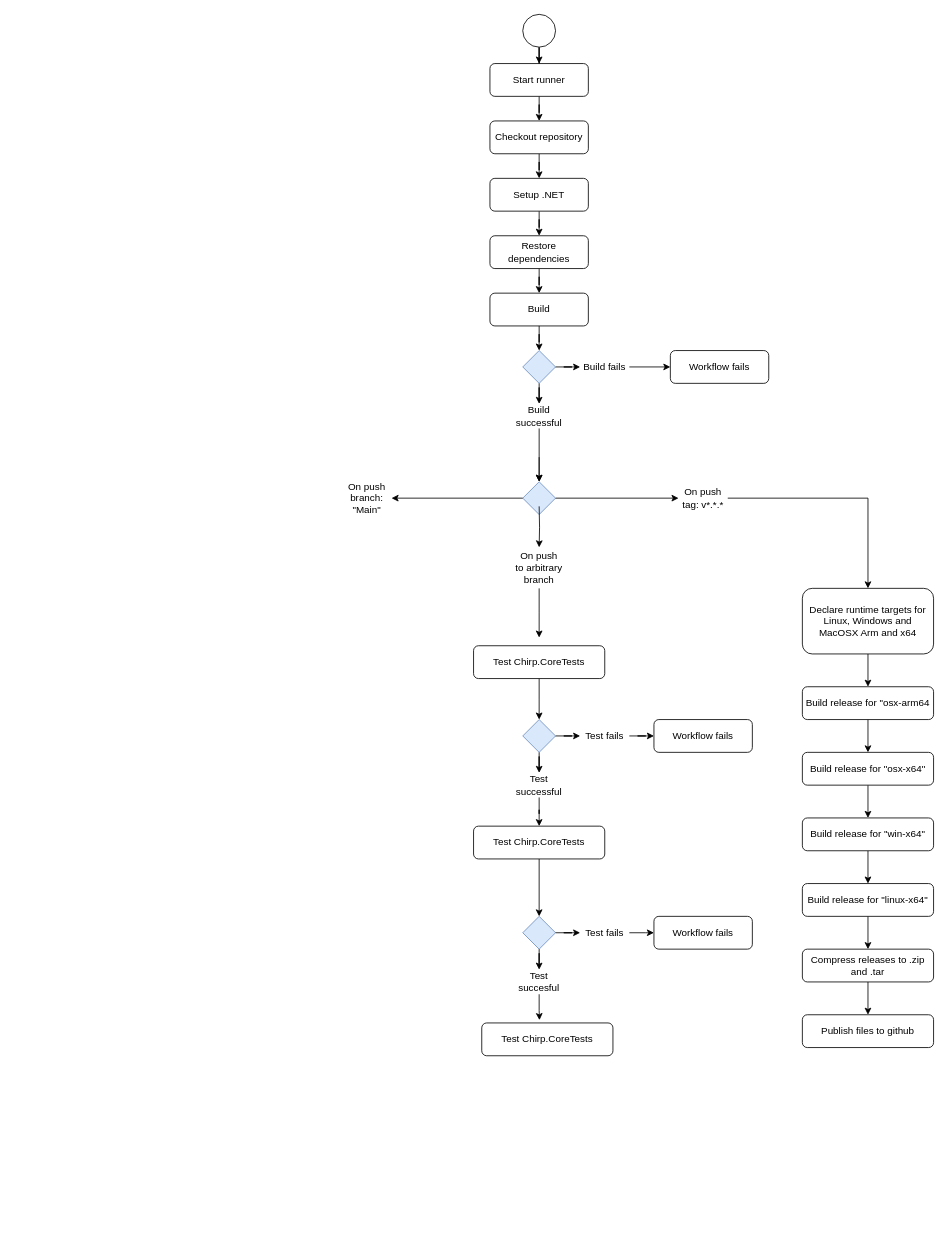
Before: docs/Unavngivet diagram.drawio in ITU-BDSA-GROUP-20/Chirp, a draw.io diagram. Source tidied: cells renumbered, new cells numbered last; positions are measured from the earlier drawing's top-left corner, leaving out a move shared by most shapes. Both pictures are drawn from the tidied source at 82%, with x=0, y=0 at pixel (342, 14).
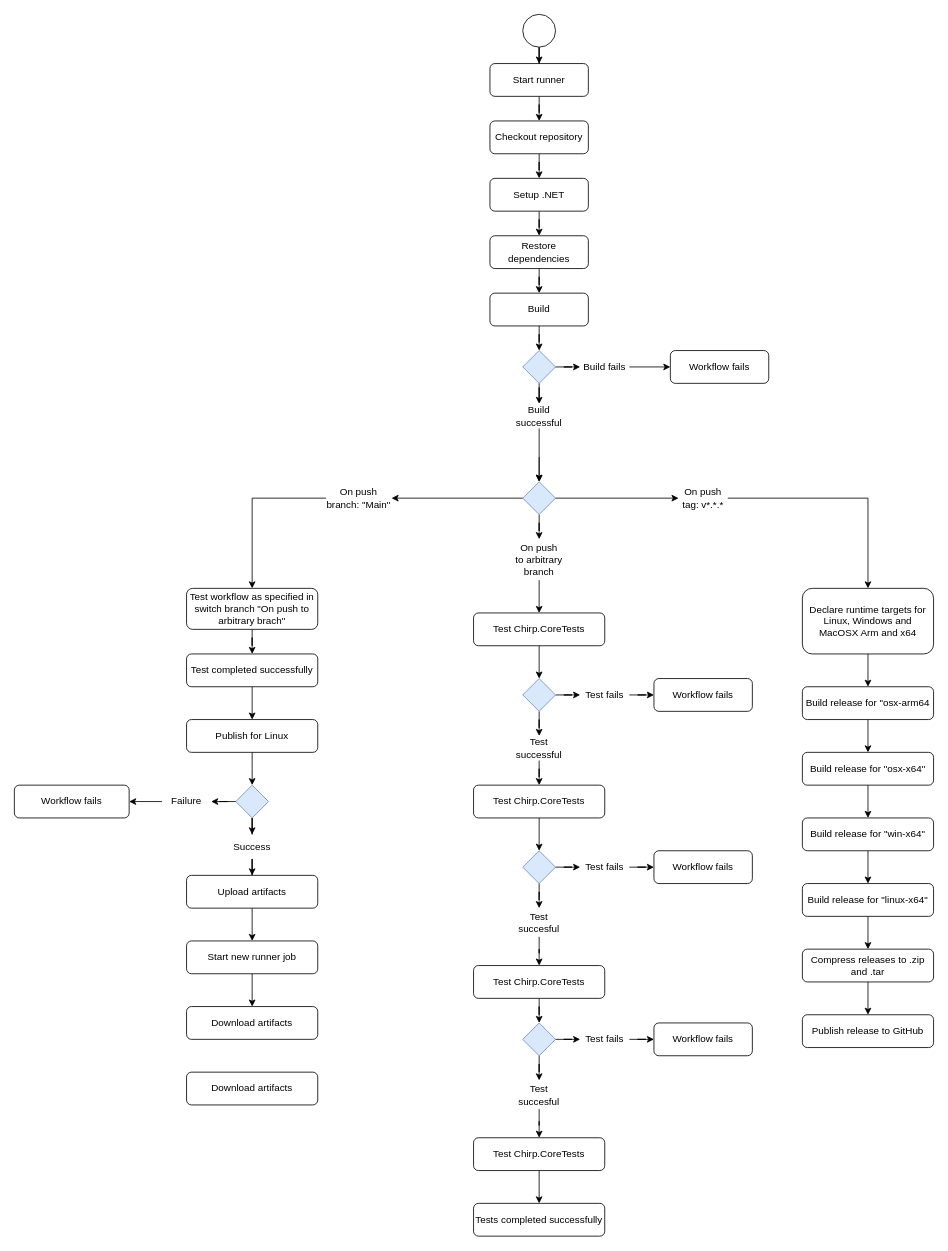
Above is the later version.

Commit message:
Extended deployment branch

Unchanged cells that the change refers to:
```xml
<mxCell id="6" style="rhombus;whiteSpace=wrap;html=1;fillColor=#dae8fc;strokeColor=#6c8ebf;" parent="1" vertex="1">
  <mxGeometry x="220" y="570" width="40" height="40" as="geometry" />
</mxCell>
```

Change to the diagram source:
```diff
@@
+    <mxCell id="66" style="edgeStyle=orthogonalEdgeStyle;rounded=0;jettySize=auto;html=1;entryX=0.5;entryY=0;entryDx=0;entryDy=0;" parent="1" edge="1" source="6" target="11">
+      <mxGeometry relative="1" as="geometry" />
+    </mxCell>
@@
+    <mxCell id="67" style="edgeStyle=orthogonalEdgeStyle;rounded=0;jettySize=auto;html=1;entryX=0.5;entryY=0;entryDx=0;entryDy=0;" parent="1" edge="1" source="8" target="82">
+      <mxGeometry relative="1" as="geometry" />
+    </mxCell>
     <mxCell id="8" value="On push branch: &quot;Main&quot;" style="text;html=1;strokeColor=none;fillColor=none;align=center;verticalAlign=middle;whiteSpace=wrap;rounded=0;" parent="1" vertex="1">
-      <mxGeometry y="575" width="60" height="30" as="geometry" />
+      <mxGeometry x="-20" y="575" width="80" height="30" as="geometry" />
     </mxCell>
-    <mxCell id="9" style="edgeStyle=orthogonalEdgeStyle;rounded=0;jettySize=auto;html=1;" parent="1" edge="1" target="11">
-      <mxGeometry relative="1" as="geometry">
-        <mxPoint x="240" y="600" as="sourcePoint" />
-      </mxGeometry>
-    </mxCell>
-    <mxCell id="10" style="edgeStyle=orthogonalEdgeStyle;rounded=0;jettySize=auto;html=1;" parent="1" edge="1" source="11">
-      <mxGeometry relative="1" as="geometry">
-        <mxPoint x="240" y="760" as="targetPoint" />
-      </mxGeometry>
+    <mxCell id="10" style="edgeStyle=orthogonalEdgeStyle;rounded=0;jettySize=auto;html=1;entryX=0.5;entryY=0;entryDx=0;entryDy=0;" parent="1" edge="1" source="11" target="46">
+      <mxGeometry relative="1" as="geometry" />
     </mxCell>
     <mxCell id="11" value="On push to arbitrary branch" style="text;html=1;strokeColor=none;fillColor=none;align=center;verticalAlign=middle;whiteSpace=wrap;rounded=0;" parent="1" vertex="1">
-      <mxGeometry x="210" y="650" width="60" height="50" as="geometry" />
+      <mxGeometry x="210" y="640" width="60" height="50" as="geometry" />
     </mxCell>
@@
-    <mxCell id="44" value="Publish files to github" style="rounded=1;whiteSpace=wrap;html=1;fontSize=12;glass=0;strokeWidth=1;shadow=0;" parent="1" vertex="1">
+    <mxCell id="44" value="Publish release to GitHub" style="rounded=1;whiteSpace=wrap;html=1;fontSize=12;glass=0;strokeWidth=1;shadow=0;" parent="1" vertex="1">
       <mxGeometry x="561" y="1220" width="160" height="40" as="geometry" />
     </mxCell>
-    <mxCell id="45" style="edgeStyle=orthogonalEdgeStyle;rounded=0;jettySize=auto;html=1;entryX=0.5;entryY=0;entryDx=0;entryDy=0;" parent="1" edge="1" source="46">
-      <mxGeometry relative="1" as="geometry">
-        <mxPoint x="240" y="860" as="targetPoint" />
-      </mxGeometry>
-    </mxCell>
     <mxCell id="46" value="Test Chirp.CoreTests" style="rounded=1;whiteSpace=wrap;html=1;fontSize=12;glass=0;strokeWidth=1;shadow=0;" parent="1" vertex="1">
-      <mxGeometry x="160" y="770" width="160" height="40" as="geometry" />
+      <mxGeometry x="160" y="730" width="160" height="40" as="geometry" />
     </mxCell>
-    <mxCell id="47" style="rhombus;whiteSpace=wrap;html=1;fillColor=#dae8fc;strokeColor=#6c8ebf;" parent="1" vertex="1">
-      <mxGeometry x="220" y="860" width="40" height="40" as="geometry" />
-    </mxCell>
@@
     <mxCell id="50" value="Test fails" style="text;html=1;strokeColor=none;fillColor=none;align=center;verticalAlign=middle;whiteSpace=wrap;rounded=0;" parent="1" vertex="1">
-      <mxGeometry x="290" y="865" width="60" height="30" as="geometry" />
+      <mxGeometry x="290" y="815" width="60" height="30" as="geometry" />
     </mxCell>
-    <mxCell id="51" style="edgeStyle=orthogonalEdgeStyle;rounded=0;jettySize=auto;html=1;entryX=0.5;entryY=0;entryDx=0;entryDy=0;" parent="1" edge="1" source="47" target="52">
-      <mxGeometry relative="1" as="geometry" />
-    </mxCell>
     <mxCell id="52" value="Test successful" style="text;html=1;strokeColor=none;fillColor=none;align=center;verticalAlign=middle;whiteSpace=wrap;rounded=0;" parent="1" vertex="1">
-      <mxGeometry x="210" y="925" width="60" height="30" as="geometry" />
+      <mxGeometry x="210" y="880" width="60" height="30" as="geometry" />
     </mxCell>
     <mxCell id="53" value="Workflow fails" style="rounded=1;whiteSpace=wrap;html=1;fontSize=12;glass=0;strokeWidth=1;shadow=0;" parent="1" vertex="1">
-      <mxGeometry x="380" y="860" width="120" height="40" as="geometry" />
+      <mxGeometry x="380" y="810" width="120" height="40" as="geometry" />
     </mxCell>
@@
     <mxCell id="55" value="Test Chirp.CoreTests" style="rounded=1;whiteSpace=wrap;html=1;fontSize=12;glass=0;strokeWidth=1;shadow=0;" parent="1" vertex="1">
-      <mxGeometry x="160" y="990" width="160" height="40" as="geometry" />
+      <mxGeometry x="160" y="940" width="160" height="40" as="geometry" />
     </mxCell>
@@
     <mxCell id="57" style="rhombus;whiteSpace=wrap;html=1;fillColor=#dae8fc;strokeColor=#6c8ebf;" parent="1" vertex="1">
-      <mxGeometry x="220" y="1100" width="40" height="40" as="geometry" />
+      <mxGeometry x="220" y="1020" width="40" height="40" as="geometry" />
     </mxCell>
@@
-    <mxCell id="59" style="edgeStyle=orthogonalEdgeStyle;rounded=0;jettySize=auto;html=1;entryX=0;entryY=0.5;entryDx=0;entryDy=0;" parent="1" edge="1" source="60">
-      <mxGeometry relative="1" as="geometry">
-        <mxPoint x="380" y="1120" as="targetPoint" />
-      </mxGeometry>
-    </mxCell>
+    <mxCell id="68" style="edgeStyle=orthogonalEdgeStyle;rounded=0;jettySize=auto;html=1;entryX=0;entryY=0.5;entryDx=0;entryDy=0;" parent="1" edge="1" source="60" target="65">
+      <mxGeometry relative="1" as="geometry" />
+    </mxCell>
     <mxCell id="60" value="Test fails" style="text;html=1;strokeColor=none;fillColor=none;align=center;verticalAlign=middle;whiteSpace=wrap;rounded=0;" parent="1" vertex="1">
-      <mxGeometry x="290" y="1105" width="60" height="30" as="geometry" />
+      <mxGeometry x="290" y="1025" width="60" height="30" as="geometry" />
     </mxCell>
@@
+    <mxCell id="64" style="edgeStyle=orthogonalEdgeStyle;rounded=0;jettySize=auto;html=1;entryX=0.5;entryY=0;entryDx=0;entryDy=0;" parent="1" edge="1" source="62" target="63">
+      <mxGeometry relative="1" as="geometry" />
+    </mxCell>
     <mxCell id="62" value="Test succesful" style="text;html=1;strokeColor=none;fillColor=none;align=center;verticalAlign=middle;whiteSpace=wrap;rounded=0;" parent="1" vertex="1">
-      <mxGeometry x="210" y="1165" width="60" height="30" as="geometry" />
+      <mxGeometry x="210" y="1090" width="60" height="35" as="geometry" />
     </mxCell>
+    <mxCell id="69" style="edgeStyle=orthogonalEdgeStyle;rounded=0;jettySize=auto;html=1;entryX=0.5;entryY=0;entryDx=0;entryDy=0;" parent="1" edge="1" source="63" target="70">
+      <mxGeometry relative="1" as="geometry" />
+    </mxCell>
     <mxCell id="63" value="Test Chirp.CoreTests" style="rounded=1;whiteSpace=wrap;html=1;fontSize=12;glass=0;strokeWidth=1;shadow=0;" parent="1" vertex="1">
-      <mxGeometry x="170" y="1230" width="160" height="40" as="geometry" />
+      <mxGeometry x="160" y="1160" width="160" height="40" as="geometry" />
     </mxCell>
-    <mxCell id="64" style="edgeStyle=orthogonalEdgeStyle;rounded=0;jettySize=auto;html=1;entryX=0.44;entryY=-0.087;entryDx=0;entryDy=0;entryPerimeter=0;" parent="1" edge="1" source="62" target="63">
-      <mxGeometry relative="1" as="geometry" />
-    </mxCell>
     <mxCell id="65" value="Workflow fails" style="rounded=1;whiteSpace=wrap;html=1;fontSize=12;glass=0;strokeWidth=1;shadow=0;" parent="1" vertex="1">
-      <mxGeometry x="380" y="1100" width="120" height="40" as="geometry" />
+      <mxGeometry x="380" y="1020" width="120" height="40" as="geometry" />
     </mxCell>
+    <mxCell id="70" style="rhombus;whiteSpace=wrap;html=1;fillColor=#dae8fc;strokeColor=#6c8ebf;" parent="1" vertex="1">
+      <mxGeometry x="220" y="1230" width="40" height="40" as="geometry" />
+    </mxCell>
+    <mxCell id="71" style="edgeStyle=orthogonalEdgeStyle;rounded=0;jettySize=auto;html=1;entryX=0;entryY=0.5;entryDx=0;entryDy=0;" parent="1" edge="1" source="70" target="73">
+      <mxGeometry relative="1" as="geometry" />
+    </mxCell>
+    <mxCell id="72" style="edgeStyle=orthogonalEdgeStyle;rounded=0;jettySize=auto;html=1;entryX=0;entryY=0.5;entryDx=0;entryDy=0;" parent="1" edge="1" source="73" target="79">
+      <mxGeometry relative="1" as="geometry" />
+    </mxCell>
+    <mxCell id="73" value="Test fails" style="text;html=1;strokeColor=none;fillColor=none;align=center;verticalAlign=middle;whiteSpace=wrap;rounded=0;" parent="1" vertex="1">
+      <mxGeometry x="290" y="1235" width="60" height="30" as="geometry" />
+    </mxCell>
+    <mxCell id="74" style="edgeStyle=orthogonalEdgeStyle;rounded=0;jettySize=auto;html=1;entryX=0.5;entryY=0;entryDx=0;entryDy=0;" parent="1" edge="1" source="70" target="76">
+      <mxGeometry relative="1" as="geometry" />
+    </mxCell>
+    <mxCell id="75" style="edgeStyle=orthogonalEdgeStyle;rounded=0;jettySize=auto;html=1;entryX=0.5;entryY=0;entryDx=0;entryDy=0;" parent="1" edge="1" source="76" target="78">
+      <mxGeometry relative="1" as="geometry" />
+    </mxCell>
+    <mxCell id="76" value="Test succesful" style="text;html=1;strokeColor=none;fillColor=none;align=center;verticalAlign=middle;whiteSpace=wrap;rounded=0;" parent="1" vertex="1">
+      <mxGeometry x="210" y="1300" width="60" height="35" as="geometry" />
+    </mxCell>
+    <mxCell id="77" style="edgeStyle=orthogonalEdgeStyle;rounded=0;jettySize=auto;html=1;entryX=0.5;entryY=0;entryDx=0;entryDy=0;" parent="1" edge="1" source="78" target="80">
+      <mxGeometry relative="1" as="geometry" />
+    </mxCell>
+    <mxCell id="78" value="Test Chirp.CoreTests" style="rounded=1;whiteSpace=wrap;html=1;fontSize=12;glass=0;strokeWidth=1;shadow=0;" parent="1" vertex="1">
+      <mxGeometry x="160" y="1370" width="160" height="40" as="geometry" />
+    </mxCell>
+    <mxCell id="79" value="Workflow fails" style="rounded=1;whiteSpace=wrap;html=1;fontSize=12;glass=0;strokeWidth=1;shadow=0;" parent="1" vertex="1">
+      <mxGeometry x="380" y="1230" width="120" height="40" as="geometry" />
+    </mxCell>
+    <mxCell id="80" value="Tests completed successfully" style="rounded=1;whiteSpace=wrap;html=1;fontSize=12;glass=0;strokeWidth=1;shadow=0;" parent="1" vertex="1">
+      <mxGeometry x="160" y="1450" width="160" height="40" as="geometry" />
+    </mxCell>
+    <mxCell id="81" style="edgeStyle=orthogonalEdgeStyle;rounded=0;jettySize=auto;html=1;entryX=0.5;entryY=0;entryDx=0;entryDy=0;" parent="1" edge="1" source="82" target="84">
+      <mxGeometry relative="1" as="geometry" />
+    </mxCell>
+    <mxCell id="82" value="Test workflow as specified in switch branch &quot;On push to arbitrary brach&quot;" style="rounded=1;whiteSpace=wrap;html=1;fontSize=12;glass=0;strokeWidth=1;shadow=0;" parent="1" vertex="1">
+      <mxGeometry x="-190" y="700" width="160" height="50" as="geometry" />
+    </mxCell>
+    <mxCell id="83" style="edgeStyle=orthogonalEdgeStyle;rounded=0;jettySize=auto;html=1;entryX=0.5;entryY=0;entryDx=0;entryDy=0;" parent="1" edge="1" source="84" target="86">
+      <mxGeometry relative="1" as="geometry" />
+    </mxCell>
+    <mxCell id="84" value="Test completed successfully" style="rounded=1;whiteSpace=wrap;html=1;fontSize=12;glass=0;strokeWidth=1;shadow=0;" parent="1" vertex="1">
+      <mxGeometry x="-190" y="780" width="160" height="40" as="geometry" />
+    </mxCell>
+    <mxCell id="85" style="edgeStyle=orthogonalEdgeStyle;rounded=0;jettySize=auto;html=1;entryX=0.5;entryY=0;entryDx=0;entryDy=0;" parent="1" edge="1" source="86">
+      <mxGeometry relative="1" as="geometry">
+        <mxPoint x="-110" y="940" as="targetPoint" />
+      </mxGeometry>
+    </mxCell>
+    <mxCell id="86" value="Publish for Linux" style="rounded=1;whiteSpace=wrap;html=1;fontSize=12;glass=0;strokeWidth=1;shadow=0;" parent="1" vertex="1">
+      <mxGeometry x="-190" y="860" width="160" height="40" as="geometry" />
+    </mxCell>
+    <mxCell id="87" style="edgeStyle=orthogonalEdgeStyle;rounded=0;jettySize=auto;html=1;entryX=0.5;entryY=0;entryDx=0;entryDy=0;" parent="1" edge="1" source="46" target="47">
+      <mxGeometry relative="1" as="geometry" />
+    </mxCell>
+    <mxCell id="51" style="edgeStyle=orthogonalEdgeStyle;rounded=0;jettySize=auto;html=1;entryX=0.5;entryY=0;entryDx=0;entryDy=0;" parent="1" edge="1" source="47" target="52">
+      <mxGeometry relative="1" as="geometry" />
+    </mxCell>
+    <mxCell id="47" style="rhombus;whiteSpace=wrap;html=1;fillColor=#dae8fc;strokeColor=#6c8ebf;" parent="1" vertex="1">
+      <mxGeometry x="220" y="810" width="40" height="40" as="geometry" />
+    </mxCell>
+    <mxCell id="88" style="edgeStyle=orthogonalEdgeStyle;rounded=0;jettySize=auto;html=1;entryX=1;entryY=0.5;entryDx=0;entryDy=0;" parent="1" edge="1" source="94" target="92">
+      <mxGeometry relative="1" as="geometry" />
+    </mxCell>
+    <mxCell id="89" style="edgeStyle=orthogonalEdgeStyle;rounded=0;jettySize=auto;html=1;entryX=0.5;entryY=0;entryDx=0;entryDy=0;" parent="1" edge="1" source="97" target="96">
+      <mxGeometry relative="1" as="geometry" />
+    </mxCell>
+    <mxCell id="90" style="edgeStyle=orthogonalEdgeStyle;rounded=0;jettySize=auto;html=1;" parent="1" edge="1" source="91" target="97">
+      <mxGeometry relative="1" as="geometry" />
+    </mxCell>
+    <mxCell id="91" style="rhombus;whiteSpace=wrap;html=1;fillColor=#dae8fc;strokeColor=#6c8ebf;" parent="1" vertex="1">
+      <mxGeometry x="-130" y="940" width="40" height="40" as="geometry" />
+    </mxCell>
+    <mxCell id="92" value="Workflow fails" style="rounded=1;whiteSpace=wrap;html=1;fontSize=12;glass=0;strokeWidth=1;shadow=0;" parent="1" vertex="1">
+      <mxGeometry x="-400" y="940" width="140" height="40" as="geometry" />
+    </mxCell>
+    <mxCell id="93" style="edgeStyle=orthogonalEdgeStyle;rounded=0;jettySize=auto;html=1;entryX=1;entryY=0.5;entryDx=0;entryDy=0;" parent="1" edge="1" source="91" target="94">
+      <mxGeometry relative="1" as="geometry" />
+    </mxCell>
+    <mxCell id="94" value="Failure" style="text;html=1;strokeColor=none;fillColor=none;align=center;verticalAlign=middle;whiteSpace=wrap;rounded=0;" parent="1" vertex="1">
+      <mxGeometry x="-220" y="945" width="60" height="30" as="geometry" />
+    </mxCell>
+    <mxCell id="95" style="edgeStyle=orthogonalEdgeStyle;rounded=0;jettySize=auto;html=1;entryX=0.5;entryY=0;entryDx=0;entryDy=0;" parent="1" edge="1" source="96" target="99">
+      <mxGeometry relative="1" as="geometry" />
+    </mxCell>
+    <mxCell id="96" value="Upload artifacts" style="rounded=1;whiteSpace=wrap;html=1;fontSize=12;glass=0;strokeWidth=1;shadow=0;" parent="1" vertex="1">
+      <mxGeometry x="-190" y="1050" width="160" height="40" as="geometry" />
+    </mxCell>
+    <mxCell id="97" value="Success" style="text;html=1;strokeColor=none;fillColor=none;align=center;verticalAlign=middle;whiteSpace=wrap;rounded=0;" parent="1" vertex="1">
+      <mxGeometry x="-140" y="1000" width="60" height="30" as="geometry" />
+    </mxCell>
+    <mxCell id="98" style="edgeStyle=orthogonalEdgeStyle;rounded=0;jettySize=auto;html=1;entryX=0.5;entryY=0;entryDx=0;entryDy=0;" parent="1" edge="1" source="99" target="100">
+      <mxGeometry relative="1" as="geometry" />
+    </mxCell>
+    <mxCell id="99" value="Start new runner job" style="rounded=1;whiteSpace=wrap;html=1;fontSize=12;glass=0;strokeWidth=1;shadow=0;" parent="1" vertex="1">
+      <mxGeometry x="-190" y="1130" width="160" height="40" as="geometry" />
+    </mxCell>
+    <mxCell id="100" value="Download artifacts" style="rounded=1;whiteSpace=wrap;html=1;fontSize=12;glass=0;strokeWidth=1;shadow=0;" parent="1" vertex="1">
+      <mxGeometry x="-190" y="1210" width="160" height="40" as="geometry" />
+    </mxCell>
+    <mxCell id="101" value="Download artifacts" style="rounded=1;whiteSpace=wrap;html=1;fontSize=12;glass=0;strokeWidth=1;shadow=0;" parent="1" vertex="1">
+      <mxGeometry x="-190" y="1290" width="160" height="40" as="geometry" />
+    </mxCell>
```
